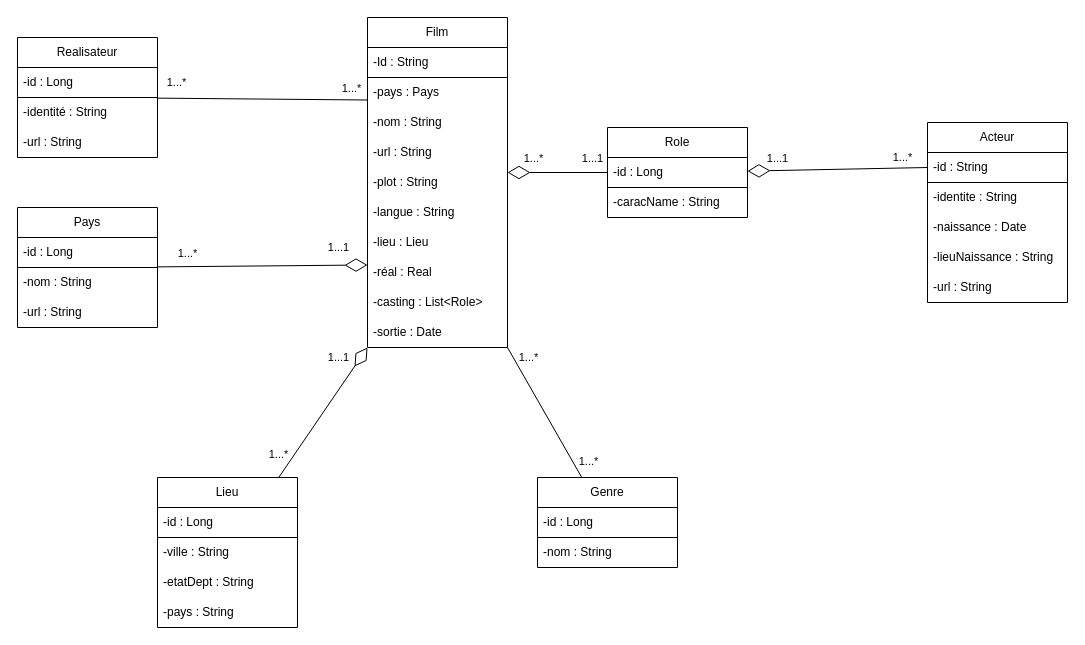
Before: conception/diagClasse.drawio in SleepFast/dbfilm, a draw.io diagram. Source tidied: cells renumbered, new cells numbered last; positions are measured from the earlier drawing's top-left corner, leaving out a move shared by most shapes. Both pictures are drawn from the tidied source at 100%, with x=0, y=0 at pixel (17, 17).
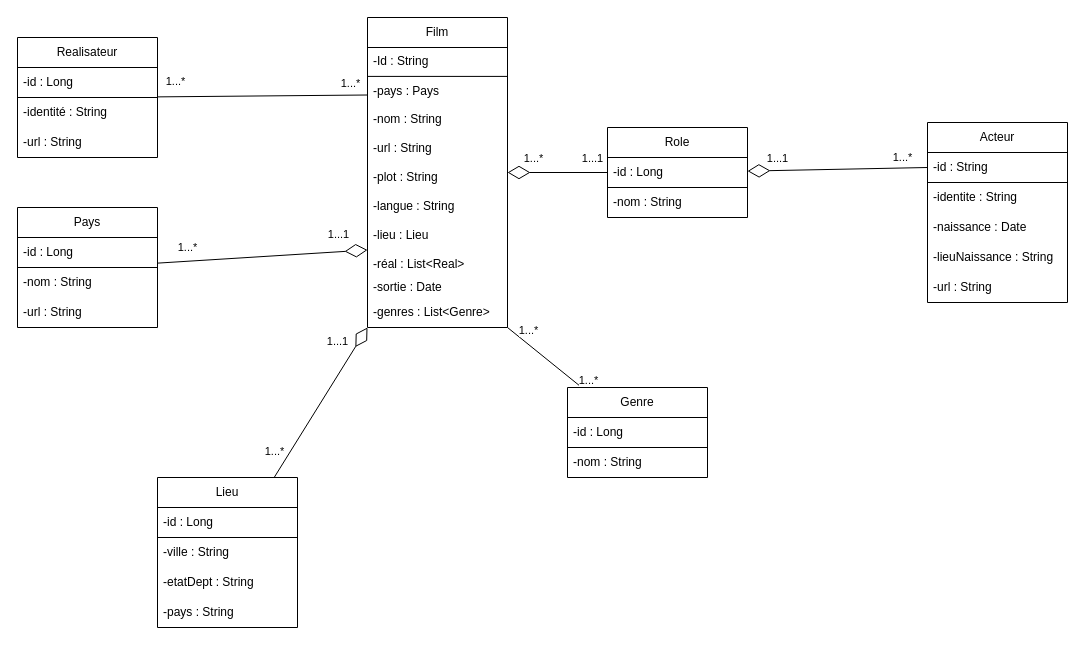
The same diagram, later.

Unchanged cells that the change refers to:
```xml
<mxCell id="5" value="-id : String" style="text;strokeColor=default;fillColor=none;align=left;verticalAlign=middle;spacingLeft=4;spacingRight=4;overflow=hidden;points=[[0,0.5],[1,0.5]];portConstraint=eastwest;whiteSpace=wrap;html=1;" parent="4" vertex="1">
  <mxGeometry y="30" width="140" height="30" as="geometry" />
</mxCell>
<mxCell id="35" value="Role" style="swimlane;fontStyle=0;horizontal=1;startSize=30;whiteSpace=wrap;html=1;strokeColor=default;" parent="1" vertex="1">
  <mxGeometry x="590" y="110" width="140" height="90" as="geometry" />
</mxCell>
```

The edit, as a diff of the source:
```diff
@@
-    <mxCell id="2" value="Film" style="swimlane;fontStyle=0;horizontal=1;startSize=30;whiteSpace=wrap;html=1;strokeColor=default;labelPosition=center;verticalLabelPosition=middle;align=center;verticalAlign=middle;" parent="1" vertex="1">
-      <mxGeometry x="350" width="140" height="330" as="geometry" />
-    </mxCell>
@@
-    <mxCell id="37" value="-caracName : String" style="text;strokeColor=none;fillColor=none;align=left;verticalAlign=middle;spacingLeft=4;spacingRight=4;overflow=hidden;whiteSpace=wrap;html=1;" parent="35" vertex="1">
+    <mxCell id="37" value="-nom : String" style="text;strokeColor=none;fillColor=none;align=left;verticalAlign=middle;spacingLeft=4;spacingRight=4;overflow=hidden;whiteSpace=wrap;html=1;" parent="35" vertex="1">
       <mxGeometry y="60" width="140" height="30" as="geometry" />
     </mxCell>
@@
     <mxCell id="41" value="Genre" style="swimlane;fontStyle=0;horizontal=1;startSize=30;whiteSpace=wrap;html=1;strokeColor=default;" parent="1" vertex="1">
-      <mxGeometry x="520" y="460" width="140" height="90" as="geometry" />
+      <mxGeometry x="550" y="370" width="140" height="90" as="geometry" />
     </mxCell>
@@
+    <mxCell id="54" style="edgeStyle=none;html=1;strokeWidth=1;endArrow=diamondThin;endFill=0;startSize=10;endSize=20;exitX=0;exitY=0.5;exitDx=0;exitDy=0;" parent="1" edge="1" source="5" target="35">
+      <mxGeometry relative="1" as="geometry" />
+    </mxCell>
+    <mxCell id="55" value="1...*" style="edgeLabel;html=1;align=center;verticalAlign=middle;" parent="54" vertex="1">
+      <mxGeometry x="-0.72" y="-1" relative="1" as="geometry">
+        <mxPoint y="-10" as="offset" />
+      </mxGeometry>
+    </mxCell>
+    <mxCell id="56" value="1...1" style="edgeLabel;html=1;align=center;verticalAlign=middle;" parent="54" vertex="1">
+      <mxGeometry x="0.68" relative="1" as="geometry">
+        <mxPoint y="-13" as="offset" />
+      </mxGeometry>
+    </mxCell>
+    <mxCell id="2" value="Film" style="swimlane;fontStyle=0;horizontal=1;startSize=30;whiteSpace=wrap;html=1;strokeColor=default;labelPosition=center;verticalLabelPosition=middle;align=center;verticalAlign=middle;" parent="1" vertex="1">
+      <mxGeometry x="350" width="140" height="310" as="geometry" />
+    </mxCell>
     <mxCell id="44" value="-Id : String" style="text;strokeColor=default;fillColor=none;align=left;verticalAlign=middle;spacingLeft=4;spacingRight=4;overflow=hidden;whiteSpace=wrap;html=1;" parent="1" vertex="1">
-      <mxGeometry x="350" y="30" width="140" height="30" as="geometry" />
+      <mxGeometry x="350" y="30" width="140" height="28.9" as="geometry" />
     </mxCell>
     <mxCell id="45" value="-pays : Pays" style="text;strokeColor=none;fillColor=none;align=left;verticalAlign=middle;spacingLeft=4;spacingRight=4;overflow=hidden;whiteSpace=wrap;html=1;" parent="1" vertex="1">
-      <mxGeometry x="350" y="60" width="140" height="30" as="geometry" />
+      <mxGeometry x="350" y="60" width="140" height="27.9" as="geometry" />
     </mxCell>
     <mxCell id="46" value="-nom : String" style="text;strokeColor=none;fillColor=none;align=left;verticalAlign=middle;spacingLeft=4;spacingRight=4;overflow=hidden;whiteSpace=wrap;html=1;" parent="1" vertex="1">
-      <mxGeometry x="350" y="90" width="140" height="30" as="geometry" />
+      <mxGeometry x="350" y="87.9" width="140" height="28.9" as="geometry" />
     </mxCell>
     <mxCell id="47" value="-url : String" style="text;strokeColor=none;fillColor=none;align=left;verticalAlign=middle;spacingLeft=4;spacingRight=4;overflow=hidden;whiteSpace=wrap;html=1;" parent="1" vertex="1">
-      <mxGeometry x="350" y="120" width="140" height="30" as="geometry" />
+      <mxGeometry x="350" y="116.8" width="140" height="28.9" as="geometry" />
     </mxCell>
     <mxCell id="48" value="-plot : String" style="text;strokeColor=none;fillColor=none;align=left;verticalAlign=middle;spacingLeft=4;spacingRight=4;overflow=hidden;whiteSpace=wrap;html=1;" parent="1" vertex="1">
-      <mxGeometry x="350" y="150" width="140" height="30" as="geometry" />
+      <mxGeometry x="350" y="145.7" width="140" height="28.9" as="geometry" />
     </mxCell>
     <mxCell id="49" value="-langue : String" style="text;strokeColor=none;fillColor=none;align=left;verticalAlign=middle;spacingLeft=4;spacingRight=4;overflow=hidden;whiteSpace=wrap;html=1;" parent="1" vertex="1">
-      <mxGeometry x="350" y="180" width="140" height="30" as="geometry" />
+      <mxGeometry x="350" y="174.6" width="140" height="28.9" as="geometry" />
     </mxCell>
     <mxCell id="50" value="-lieu : Lieu" style="text;strokeColor=none;fillColor=none;align=left;verticalAlign=middle;spacingLeft=4;spacingRight=4;overflow=hidden;whiteSpace=wrap;html=1;" parent="1" vertex="1">
-      <mxGeometry x="350" y="210" width="140" height="30" as="geometry" />
+      <mxGeometry x="350" y="203.6" width="140" height="28.9" as="geometry" />
     </mxCell>
-    <mxCell id="51" value="-réal : Real" style="text;strokeColor=none;fillColor=none;align=left;verticalAlign=middle;spacingLeft=4;spacingRight=4;overflow=hidden;whiteSpace=wrap;html=1;" parent="1" vertex="1">
-      <mxGeometry x="350" y="240" width="140" height="30" as="geometry" />
+    <mxCell id="51" value="-réal : List&amp;lt;Real&amp;gt;" style="text;strokeColor=none;fillColor=none;align=left;verticalAlign=middle;spacingLeft=4;spacingRight=4;overflow=hidden;whiteSpace=wrap;html=1;" parent="1" vertex="1">
+      <mxGeometry x="350" y="232.5" width="140" height="28.9" as="geometry" />
     </mxCell>
-    <mxCell id="52" value="-casting : List&amp;lt;Role&amp;gt;" style="text;strokeColor=none;fillColor=none;align=left;verticalAlign=middle;spacingLeft=4;spacingRight=4;overflow=hidden;whiteSpace=wrap;html=1;" parent="1" vertex="1">
-      <mxGeometry x="350" y="270" width="140" height="30" as="geometry" />
-    </mxCell>
     <mxCell id="53" value="-sortie : Date" style="text;strokeColor=none;fillColor=none;align=left;verticalAlign=middle;spacingLeft=4;spacingRight=4;overflow=hidden;whiteSpace=wrap;html=1;" parent="1" vertex="1">
-      <mxGeometry x="350" y="300" width="140" height="30" as="geometry" />
+      <mxGeometry x="350" y="250" width="140" height="40.4" as="geometry" />
     </mxCell>
-    <mxCell id="54" style="edgeStyle=none;html=1;strokeWidth=1;endArrow=diamondThin;endFill=0;startSize=10;endSize=20;exitX=0;exitY=0.5;exitDx=0;exitDy=0;" parent="1" edge="1" source="5" target="35">
-      <mxGeometry relative="1" as="geometry" />
-    </mxCell>
-    <mxCell id="55" value="1...*" style="edgeLabel;html=1;align=center;verticalAlign=middle;" parent="54" vertex="1">
-      <mxGeometry x="-0.72" y="-1" relative="1" as="geometry">
-        <mxPoint y="-10" as="offset" />
-      </mxGeometry>
-    </mxCell>
-    <mxCell id="56" value="1...1" style="edgeLabel;html=1;align=center;verticalAlign=middle;" parent="54" vertex="1">
-      <mxGeometry x="0.68" relative="1" as="geometry">
-        <mxPoint y="-13" as="offset" />
-      </mxGeometry>
-    </mxCell>
+    <mxCell id="57" value="-genres : List&amp;lt;Genre&amp;gt;" style="text;strokeColor=none;fillColor=none;align=left;verticalAlign=middle;spacingLeft=4;spacingRight=4;overflow=hidden;whiteSpace=wrap;html=1;" parent="1" vertex="1">
+      <mxGeometry x="350" y="280" width="140" height="30" as="geometry" />
+    </mxCell>
```
